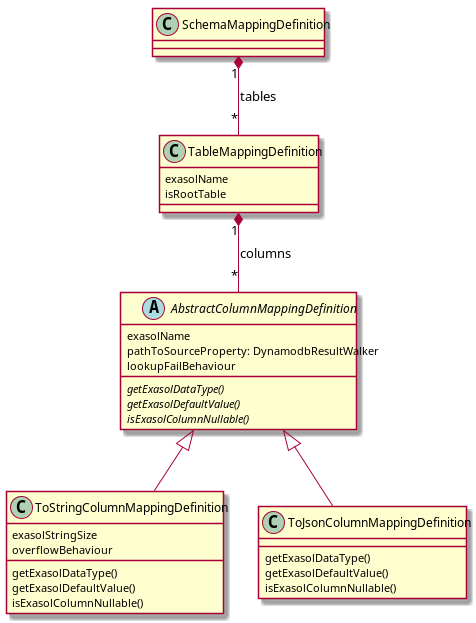
Above: doc/diagrams/mappingDefinition.png in exasol/dynamodb-virtual-schema (PlantUML), before the change.
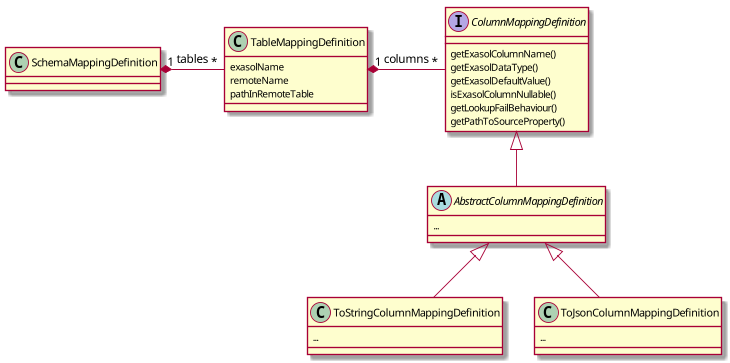
After the change.

Commit message:
refactoring + updated diagram

Diff of the diagram source:
```diff
@@ -5,35 +5,36 @@
 
 class TableMappingDefinition {
 exasolName
-isRootTable
+remoteName
+pathInRemoteTable
 }
 
+interface ColumnMappingDefinition{
+getExasolColumnName()
+getExasolDataType()
+getExasolDefaultValue()
+isExasolColumnNullable()
+getLookupFailBehaviour()
+getPathToSourceProperty()
+}
+
+
 abstract class AbstractColumnMappingDefinition {
-exasolName
-pathToSourceProperty: DynamodbResultWalker
-lookupFailBehaviour
-{abstract} getExasolDataType()
-{abstract} getExasolDefaultValue()
-{abstract} isExasolColumnNullable()
+...
 }
 
 class ToStringColumnMappingDefinition {
-exasolStringSize
-overflowBehaviour
-getExasolDataType()
-getExasolDefaultValue()
-isExasolColumnNullable()
+...
 }
 
 class ToJsonColumnMappingDefinition {
-getExasolDataType()
-getExasolDefaultValue()
-isExasolColumnNullable()
+...
 }
 
 
-SchemaMappingDefinition "1" *-- "*" TableMappingDefinition: tables
-TableMappingDefinition "1" *-- "*" AbstractColumnMappingDefinition: columns
+SchemaMappingDefinition "1" *- "*" TableMappingDefinition: tables
+TableMappingDefinition "1" *- "*" ColumnMappingDefinition: columns
+ColumnMappingDefinition <|-- AbstractColumnMappingDefinition
 AbstractColumnMappingDefinition <|-- ToStringColumnMappingDefinition
 AbstractColumnMappingDefinition <|-- ToJsonColumnMappingDefinition
 @enduml
```
